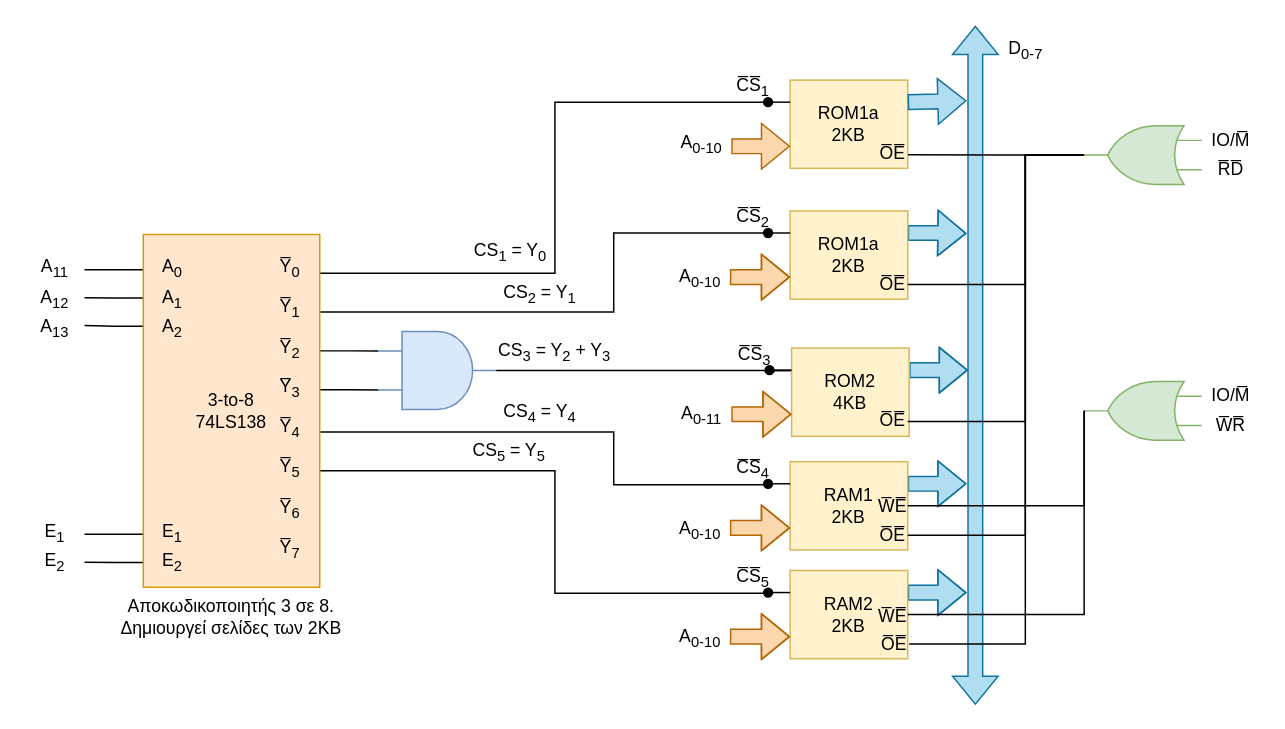
Before: 2nd Series/Exercise6_Circuit.drawio in konstantinosk31/Microcomputer-Systems, a draw.io diagram. Source tidied: cells renumbered, new cells numbered last; positions are measured from the earlier drawing's top-left corner, leaving out a move shared by most shapes. Both pictures are drawn from the tidied source at 147%, with x=0, y=0 at pixel (25, 25).
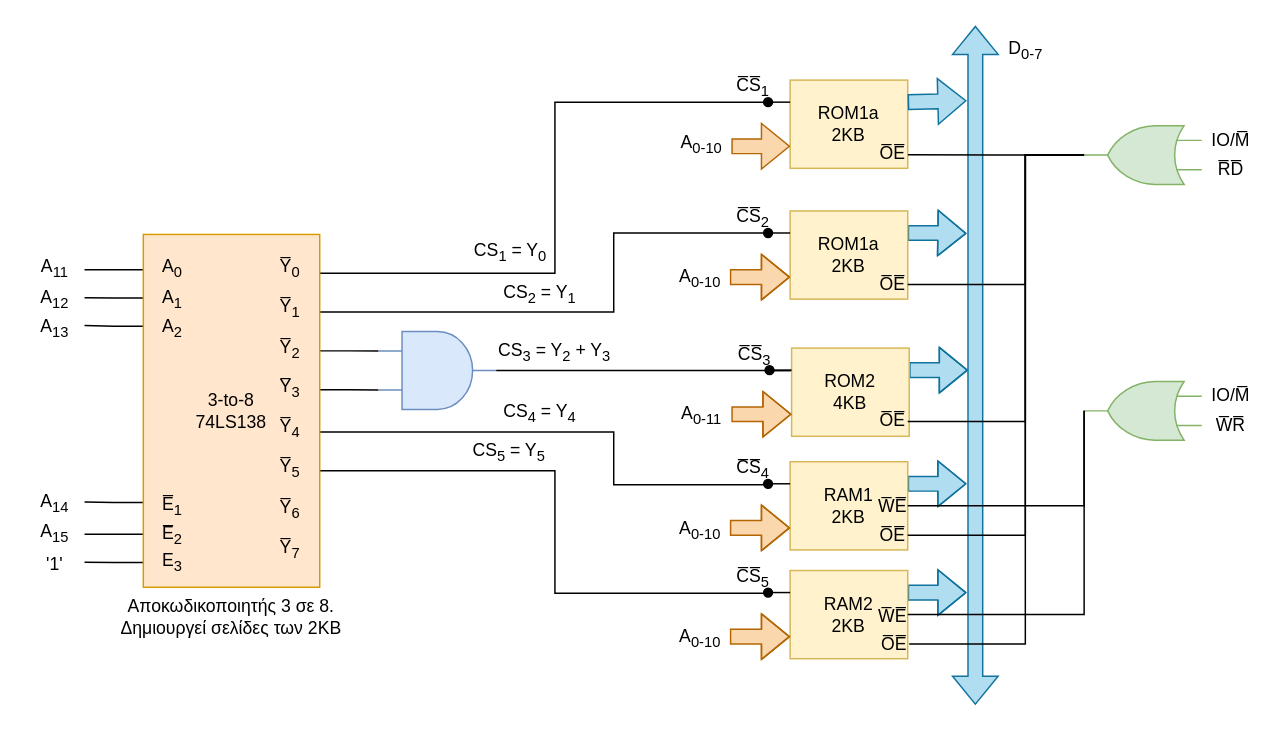
The same diagram, later.

Change to the diagram source:
```diff
@@
+    <mxCell id="92" style="edgeStyle=orthogonalEdgeStyle;rounded=0;jettySize=auto;html=1;exitX=0;exitY=0.76;exitDx=0;exitDy=0;exitPerimeter=0;endArrow=none;endFill=0;" parent="1" edge="1" source="13">
+      <mxGeometry relative="1" as="geometry">
+        <mxPoint x="40" y="324" as="targetPoint" />
+      </mxGeometry>
+    </mxCell>
-    <mxCell id="13" value="&lt;div&gt;3-to-8&lt;/div&gt;&lt;div&gt;74LS138&lt;br&gt;&lt;/div&gt;" style="rounded=0;whiteSpace=wrap;html=1;points=[[0,0.1,0,0,0],[0,0.18,0,0,0],[0,0.26,0,0,0],[0,0.85,0,0,0],[0,0.93,0,0,0],[1,0.11,0,0,0],[1,0.22,0,0,0],[1,0.33,0,0,0],[1,0.44,0,0,0],[1,0.56,0,0,0],[1,0.67,0,0,0],[1,0.78,0,0,0],[1,0.89,0,0,0]];fillColor=#ffe6cc;strokeColor=#d79b00;" parent="1" vertex="1">
+    <mxCell id="13" value="&lt;div&gt;3-to-8&lt;/div&gt;&lt;div&gt;74LS138&lt;br&gt;&lt;/div&gt;" style="rounded=0;whiteSpace=wrap;html=1;points=[[0,0.1,0,0,0],[0,0.18,0,0,0],[0,0.26,0,0,0],[0,0.76,0,0,0],[0,0.85,0,0,0],[0,0.93,0,0,0],[1,0.11,0,0,0],[1,0.22,0,0,0],[1,0.33,0,0,0],[1,0.44,0,0,0],[1,0.56,0,0,0],[1,0.67,0,0,0],[1,0.78,0,0,0],[1,0.89,0,0,0]];fillColor=#ffe6cc;strokeColor=#d79b00;" parent="1" vertex="1">
       <mxGeometry x="80" y="142" width="120" height="240" as="geometry" />
     </mxCell>
@@
-    <mxCell id="17" value="E&lt;sub&gt;1&lt;/sub&gt;" style="text;html=1;align=center;verticalAlign=middle;whiteSpace=wrap;rounded=0;" parent="1" vertex="1">
-      <mxGeometry x="80" y="335" width="40" height="20" as="geometry" />
+    <mxCell id="17" value="E̅&lt;sub&gt;1&lt;/sub&gt;" style="text;html=1;align=center;verticalAlign=middle;whiteSpace=wrap;rounded=0;" parent="1" vertex="1">
+      <mxGeometry x="80" y="316.6" width="40" height="20" as="geometry" />
     </mxCell>
-    <mxCell id="18" value="E&lt;sub&gt;2&lt;/sub&gt;" style="text;html=1;align=center;verticalAlign=middle;whiteSpace=wrap;rounded=0;" parent="1" vertex="1">
-      <mxGeometry x="80" y="355" width="40" height="20" as="geometry" />
+    <mxCell id="18" value="E̅&lt;sub&gt;2&lt;/sub&gt;" style="text;html=1;align=center;verticalAlign=middle;whiteSpace=wrap;rounded=0;" parent="1" vertex="1">
+      <mxGeometry x="80" y="336.6" width="40" height="20" as="geometry" />
     </mxCell>
@@
-    <mxCell id="22" value="E&lt;sub&gt;1&lt;/sub&gt;" style="text;html=1;align=center;verticalAlign=middle;whiteSpace=wrap;rounded=0;" parent="1" vertex="1">
-      <mxGeometry y="335" width="40" height="20" as="geometry" />
+    <mxCell id="22" value="A&lt;sub&gt;14&lt;/sub&gt;" style="text;html=1;align=center;verticalAlign=middle;whiteSpace=wrap;rounded=0;" parent="1" vertex="1">
+      <mxGeometry y="315" width="40" height="20" as="geometry" />
     </mxCell>
-    <mxCell id="23" value="E&lt;sub&gt;2&lt;/sub&gt;" style="text;html=1;align=center;verticalAlign=middle;whiteSpace=wrap;rounded=0;" parent="1" vertex="1">
-      <mxGeometry y="355" width="40" height="20" as="geometry" />
+    <mxCell id="23" value="A&lt;sub&gt;15&lt;/sub&gt;" style="text;html=1;align=center;verticalAlign=middle;whiteSpace=wrap;rounded=0;" parent="1" vertex="1">
+      <mxGeometry y="335" width="40" height="20" as="geometry" />
     </mxCell>
@@
+    <mxCell id="93" value="E&lt;sub&gt;3&lt;/sub&gt;" style="text;html=1;align=center;verticalAlign=middle;whiteSpace=wrap;rounded=0;" parent="1" vertex="1">
+      <mxGeometry x="80" y="355" width="40" height="20" as="geometry" />
+    </mxCell>
+    <mxCell id="94" value="'1'" style="text;html=1;align=center;verticalAlign=middle;whiteSpace=wrap;rounded=0;" parent="1" vertex="1">
+      <mxGeometry y="356.6" width="40" height="20" as="geometry" />
+    </mxCell>
```
